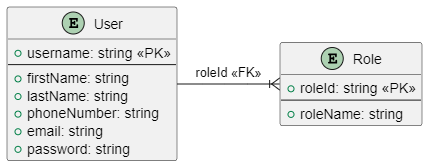
Earlier version of the PlantUML export Deliverables/user/userDatabaseSchema.png (pedrofern/desofs2024_M1A_1). Its source is kept beside it as Deliverables/user/userDatabaseSchema.puml.
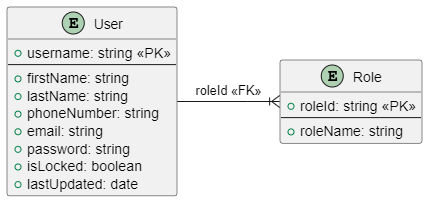
The same file after the commit.

Commit message:
#2 Users abuse cases

Diff of the diagram source:
```diff
@@ -8,6 +8,8 @@
   + phoneNumber: string
   + email: string
   + password: string
+  + isLocked: boolean
+  + lastUpdated: date
 }
 
 entity "Role" as role {
```
